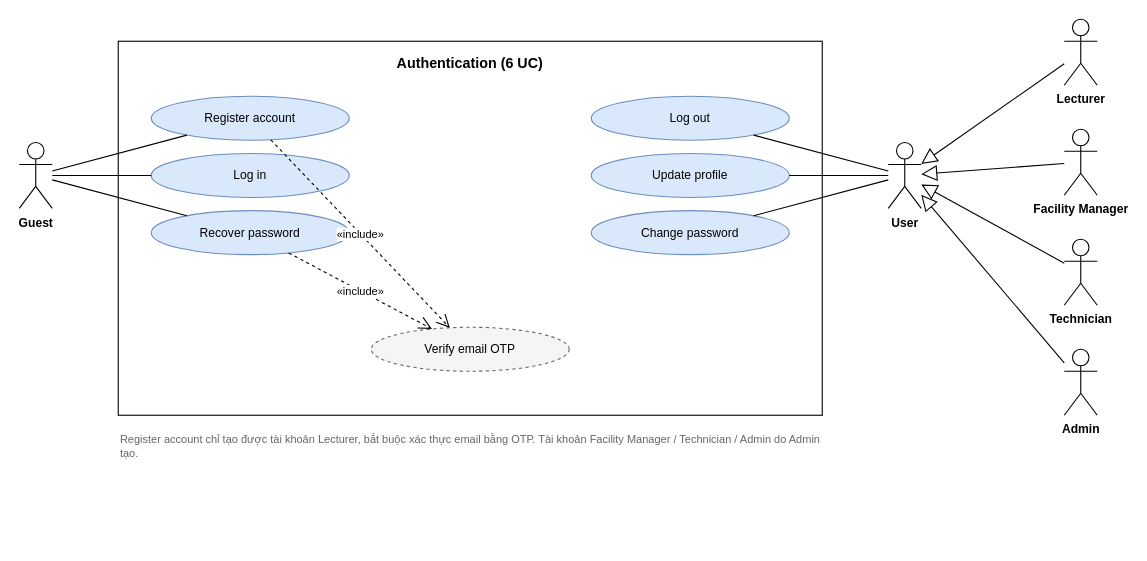
This is page "2. Guest & User" (2 of 6) of Actor_UseCase.drawio from Hoang-124/Ruo, a draw.io file, before an edit. Source tidied: cells renumbered, new cells numbered last; positions are measured from the earlier drawing's top-left corner, leaving out a move shared by most shapes. Both pictures are drawn from the tidied source at 110%, with x=0, y=0 at pixel (19, 19).
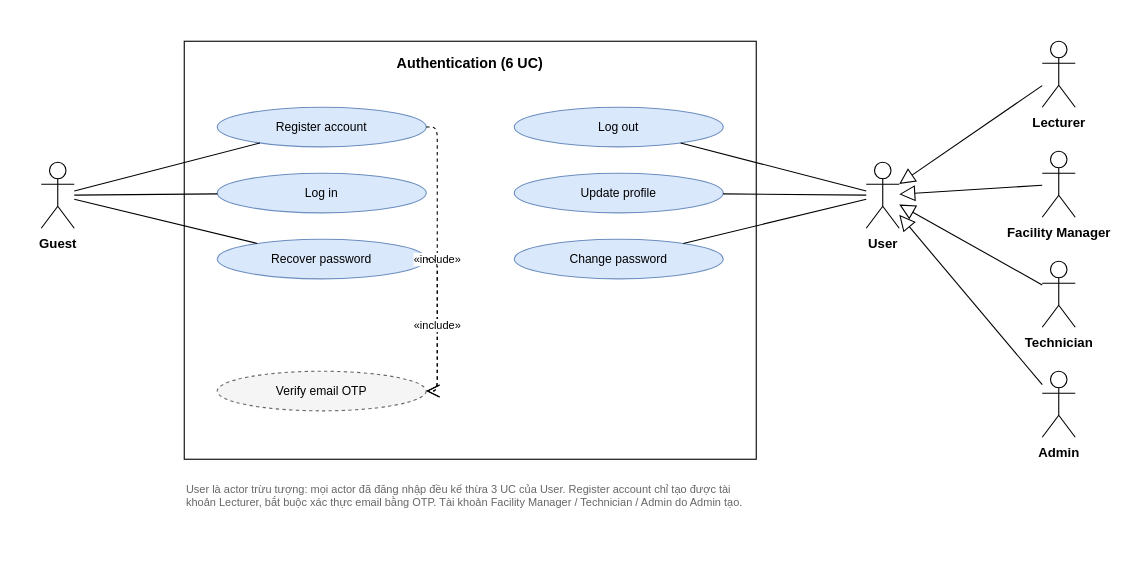
The same page after the edit.

Commit message (it also covers changes not shown here):
docs(usecase): split use case diagram into one page per actor

Diff of the diagram source:
```diff
@@
     <mxCell id="2" value="Authentication (6 UC)" style="rounded=0;whiteSpace=wrap;html=1;fillColor=none;verticalAlign=top;align=center;fontSize=13;fontStyle=1;spacingTop=6;" parent="1" vertex="1">
-      <mxGeometry x="90" y="20" width="640" height="340" as="geometry" />
+      <mxGeometry x="150" y="20" width="520" height="380" as="geometry" />
     </mxCell>
     <mxCell id="3" value="Register account" style="ellipse;whiteSpace=wrap;html=1;fontSize=11;fillColor=#dae8fc;strokeColor=#6c8ebf;" parent="1" vertex="1">
-      <mxGeometry x="120" y="70" width="180" height="40" as="geometry" />
+      <mxGeometry x="180" y="80" width="190" height="36" as="geometry" />
     </mxCell>
     <mxCell id="4" value="Log in" style="ellipse;whiteSpace=wrap;html=1;fontSize=11;fillColor=#dae8fc;strokeColor=#6c8ebf;" parent="1" vertex="1">
-      <mxGeometry x="120" y="122" width="180" height="40" as="geometry" />
+      <mxGeometry x="180" y="140" width="190" height="36" as="geometry" />
     </mxCell>
     <mxCell id="5" value="Recover password" style="ellipse;whiteSpace=wrap;html=1;fontSize=11;fillColor=#dae8fc;strokeColor=#6c8ebf;" parent="1" vertex="1">
-      <mxGeometry x="120" y="174" width="180" height="40" as="geometry" />
+      <mxGeometry x="180" y="200" width="190" height="36" as="geometry" />
     </mxCell>
+    <mxCell id="10" value="Log out" style="ellipse;whiteSpace=wrap;html=1;fontSize=11;fillColor=#dae8fc;strokeColor=#6c8ebf;" parent="1" vertex="1">
+      <mxGeometry x="450" y="80" width="190" height="36" as="geometry" />
+    </mxCell>
+    <mxCell id="11" value="Update profile" style="ellipse;whiteSpace=wrap;html=1;fontSize=11;fillColor=#dae8fc;strokeColor=#6c8ebf;" parent="1" vertex="1">
+      <mxGeometry x="450" y="140" width="190" height="36" as="geometry" />
+    </mxCell>
+    <mxCell id="12" value="Change password" style="ellipse;whiteSpace=wrap;html=1;fontSize=11;fillColor=#dae8fc;strokeColor=#6c8ebf;" parent="1" vertex="1">
+      <mxGeometry x="450" y="200" width="190" height="36" as="geometry" />
+    </mxCell>
+    <mxCell id="17" value="Verify email OTP" style="ellipse;whiteSpace=wrap;html=1;fontSize=11;fillColor=#f5f5f5;strokeColor=#666666;dashed=1;" parent="1" vertex="1">
+      <mxGeometry x="180" y="320" width="190" height="36" as="geometry" />
+    </mxCell>
-    <mxCell id="6" value="Guest" style="shape=umlActor;verticalLabelPosition=bottom;verticalAlign=top;html=1;outlineConnect=0;fontSize=11;fontStyle=1;" parent="1" vertex="1">
-      <mxGeometry y="112" width="30" height="60" as="geometry" />
+    <mxCell id="6" value="Guest" style="shape=umlActor;verticalLabelPosition=bottom;verticalAlign=top;html=1;outlineConnect=0;fontSize=12;fontStyle=1;" parent="1" vertex="1">
+      <mxGeometry x="20" y="130" width="30" height="60" as="geometry" />
     </mxCell>
+    <mxCell id="13" value="User" style="shape=umlActor;verticalLabelPosition=bottom;verticalAlign=top;html=1;outlineConnect=0;fontSize=12;fontStyle=1;" parent="1" vertex="1">
+      <mxGeometry x="770" y="130" width="30" height="60" as="geometry" />
+    </mxCell>
@@
-    <mxCell id="10" value="Log out" style="ellipse;whiteSpace=wrap;html=1;fontSize=11;fillColor=#dae8fc;strokeColor=#6c8ebf;" parent="1" vertex="1">
-      <mxGeometry x="520" y="70" width="180" height="40" as="geometry" />
-    </mxCell>
-    <mxCell id="11" value="Update profile" style="ellipse;whiteSpace=wrap;html=1;fontSize=11;fillColor=#dae8fc;strokeColor=#6c8ebf;" parent="1" vertex="1">
-      <mxGeometry x="520" y="122" width="180" height="40" as="geometry" />
-    </mxCell>
-    <mxCell id="12" value="Change password" style="ellipse;whiteSpace=wrap;html=1;fontSize=11;fillColor=#dae8fc;strokeColor=#6c8ebf;" parent="1" vertex="1">
-      <mxGeometry x="520" y="174" width="180" height="40" as="geometry" />
-    </mxCell>
-    <mxCell id="13" value="User" style="shape=umlActor;verticalLabelPosition=bottom;verticalAlign=top;html=1;outlineConnect=0;fontSize=11;fontStyle=1;" parent="1" vertex="1">
-      <mxGeometry x="790" y="112" width="30" height="60" as="geometry" />
-    </mxCell>
@@
-    <mxCell id="17" value="Verify email OTP" style="ellipse;whiteSpace=wrap;html=1;fontSize=11;fillColor=#f5f5f5;strokeColor=#666666;dashed=1;" parent="1" vertex="1">
-      <mxGeometry x="320" y="280" width="180" height="40" as="geometry" />
-    </mxCell>
-    <mxCell id="18" value="«include»" style="endArrow=open;endSize=10;dashed=1;html=1;rounded=0;fontSize=10;labelBackgroundColor=#ffffff;" parent="1" edge="1" source="3" target="17">
+    <mxCell id="18" value="«include»" style="endArrow=open;endSize=10;dashed=1;html=1;fontSize=10;labelBackgroundColor=#ffffff;edgeStyle=orthogonalEdgeStyle;rounded=1;exitX=1;exitY=0.5;exitDx=0;exitDy=0;entryX=1;entryY=0.5;entryDx=0;entryDy=0;" parent="1" edge="1" source="3" target="17">
       <mxGeometry relative="1" as="geometry" />
     </mxCell>
-    <mxCell id="19" value="«include»" style="endArrow=open;endSize=10;dashed=1;html=1;rounded=0;fontSize=10;labelBackgroundColor=#ffffff;" parent="1" edge="1" source="5" target="17">
+    <mxCell id="19" value="«include»" style="endArrow=open;endSize=10;dashed=1;html=1;fontSize=10;labelBackgroundColor=#ffffff;edgeStyle=orthogonalEdgeStyle;rounded=1;exitX=1;exitY=0.5;exitDx=0;exitDy=0;entryX=1;entryY=0.5;entryDx=0;entryDy=0;" parent="1" edge="1" source="5" target="17">
       <mxGeometry relative="1" as="geometry" />
     </mxCell>
-    <mxCell id="20" value="Lecturer" style="shape=umlActor;verticalLabelPosition=bottom;verticalAlign=top;html=1;outlineConnect=0;fontSize=11;fontStyle=1;" parent="1" vertex="1">
-      <mxGeometry x="950" width="30" height="60" as="geometry" />
+    <mxCell id="20" value="Lecturer" style="shape=umlActor;verticalLabelPosition=bottom;verticalAlign=top;html=1;outlineConnect=0;fontSize=12;fontStyle=1;" parent="1" vertex="1">
+      <mxGeometry x="930" y="20" width="30" height="60" as="geometry" />
     </mxCell>
@@
-    <mxCell id="22" value="Facility Manager" style="shape=umlActor;verticalLabelPosition=bottom;verticalAlign=top;html=1;outlineConnect=0;fontSize=11;fontStyle=1;" parent="1" vertex="1">
-      <mxGeometry x="950" y="100" width="30" height="60" as="geometry" />
+    <mxCell id="22" value="Facility Manager" style="shape=umlActor;verticalLabelPosition=bottom;verticalAlign=top;html=1;outlineConnect=0;fontSize=12;fontStyle=1;" parent="1" vertex="1">
+      <mxGeometry x="930" y="120" width="30" height="60" as="geometry" />
     </mxCell>
@@
-    <mxCell id="24" value="Technician" style="shape=umlActor;verticalLabelPosition=bottom;verticalAlign=top;html=1;outlineConnect=0;fontSize=11;fontStyle=1;" parent="1" vertex="1">
-      <mxGeometry x="950" y="200" width="30" height="60" as="geometry" />
+    <mxCell id="24" value="Technician" style="shape=umlActor;verticalLabelPosition=bottom;verticalAlign=top;html=1;outlineConnect=0;fontSize=12;fontStyle=1;" parent="1" vertex="1">
+      <mxGeometry x="930" y="220" width="30" height="60" as="geometry" />
     </mxCell>
@@
-    <mxCell id="26" value="Admin" style="shape=umlActor;verticalLabelPosition=bottom;verticalAlign=top;html=1;outlineConnect=0;fontSize=11;fontStyle=1;" parent="1" vertex="1">
-      <mxGeometry x="950" y="300" width="30" height="60" as="geometry" />
+    <mxCell id="26" value="Admin" style="shape=umlActor;verticalLabelPosition=bottom;verticalAlign=top;html=1;outlineConnect=0;fontSize=12;fontStyle=1;" parent="1" vertex="1">
+      <mxGeometry x="930" y="320" width="30" height="60" as="geometry" />
     </mxCell>
@@
-    <mxCell id="28" value="Register account chỉ tạo được tài khoản Lecturer, bắt buộc xác thực email bằng OTP. Tài khoản Facility Manager / Technician / Admin do Admin tạo." style="text;html=1;align=left;verticalAlign=top;fontSize=10;fontColor=#666666;whiteSpace=wrap;" parent="1" vertex="1">
-      <mxGeometry x="90" y="370" width="640" height="40" as="geometry" />
+    <mxCell id="28" value="User là actor trừu tượng: mọi actor đã đăng nhập đều kế thừa 3 UC của User. Register account chỉ tạo được tài khoản Lecturer, bắt buộc xác thực email bằng OTP. Tài khoản Facility Manager / Technician / Admin do Admin tạo." style="text;html=1;align=left;verticalAlign=top;fontSize=10;fontColor=#666666;whiteSpace=wrap;" parent="1" vertex="1">
+      <mxGeometry x="150" y="415" width="520" height="60" as="geometry" />
     </mxCell>
```
